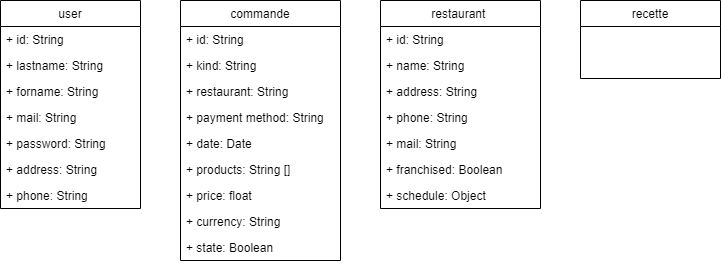
Earlier version of the draw.io export good_food_2.0/Database model/Untitled Diagram.drawio.png (obaconnais/good_food_2.0). Source tidied: cells renumbered, new cells last; positions are measured from the earlier drawing's top-left corner, leaving out a move shared by most shapes.
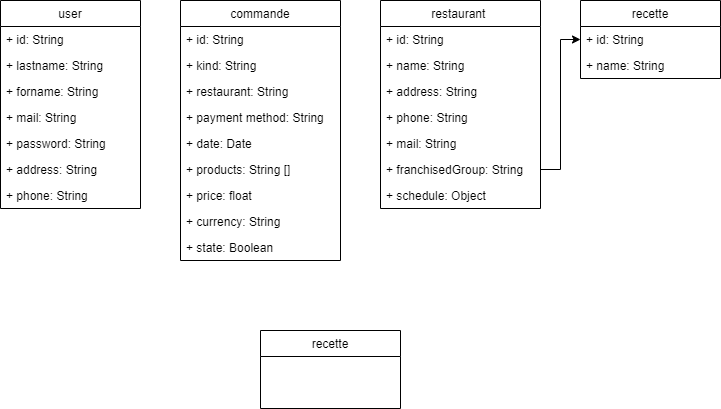
The same file after the commit.

Commit message:
Update Database model

Diff of the diagram source:
```diff
@@ -44,7 +44,7 @@
     <mxCell id="15" value="+ mail: String" style="text;strokeColor=none;fillColor=none;align=left;verticalAlign=top;spacingLeft=4;spacingRight=4;overflow=hidden;" parent="10" vertex="1">
       <mxGeometry y="130" width="160" height="26" as="geometry" />
     </mxCell>
-    <mxCell id="16" value="+ franchised: Boolean" style="text;strokeColor=none;fillColor=none;align=left;verticalAlign=top;spacingLeft=4;spacingRight=4;overflow=hidden;points=[[0,0.5],[1,0.5]];portConstraint=eastwest;" parent="10" vertex="1">
+    <mxCell id="16" value="+ franchisedGroup: String" style="text;strokeColor=none;fillColor=none;align=left;verticalAlign=top;spacingLeft=4;spacingRight=4;overflow=hidden;points=[[0,0.5],[1,0.5]];portConstraint=eastwest;" parent="10" vertex="1">
       <mxGeometry y="156" width="160" height="26" as="geometry" />
     </mxCell>
     <mxCell id="17" value="+ schedule: Object" style="text;strokeColor=none;fillColor=none;align=left;verticalAlign=top;spacingLeft=4;spacingRight=4;overflow=hidden;" parent="10" vertex="1">
@@ -53,6 +53,12 @@
     <mxCell id="18" value="recette" style="swimlane;fontStyle=0;horizontal=1;startSize=26;fillColor=none;" parent="1" vertex="1">
       <mxGeometry x="580" width="140" height="78" as="geometry" />
     </mxCell>
+    <mxCell id="29" value="+ id: String" style="text;strokeColor=none;fillColor=none;align=left;verticalAlign=top;spacingLeft=4;spacingRight=4;overflow=hidden;points=[[0,0.5],[1,0.5]];portConstraint=eastwest;" parent="18" vertex="1">
+      <mxGeometry y="26" width="140" height="26" as="geometry" />
+    </mxCell>
+    <mxCell id="30" value="+ name: String" style="text;strokeColor=none;fillColor=none;align=left;verticalAlign=top;spacingLeft=4;spacingRight=4;overflow=hidden;" parent="18" vertex="1">
+      <mxGeometry y="52" width="140" height="26" as="geometry" />
+    </mxCell>
     <mxCell id="19" value="commande" style="swimlane;fontStyle=0;horizontal=1;startSize=26;fillColor=none;" parent="1" vertex="1">
       <mxGeometry x="180" width="160" height="260" as="geometry" />
     </mxCell>
@@ -83,5 +89,11 @@
     <mxCell id="28" value="+ state: Boolean" style="text;strokeColor=none;fillColor=none;align=left;verticalAlign=top;spacingLeft=4;spacingRight=4;overflow=hidden;" parent="19" vertex="1">
       <mxGeometry y="234" width="160" height="26" as="geometry" />
     </mxCell>
+    <mxCell id="31" value="recette" style="swimlane;fontStyle=0;horizontal=1;startSize=26;fillColor=none;" parent="1" vertex="1">
+      <mxGeometry x="260" y="330" width="140" height="78" as="geometry" />
+    </mxCell>
+    <mxCell id="32" style="edgeStyle=orthogonalEdgeStyle;rounded=0;jettySize=auto;html=1;" parent="1" edge="1" source="16" target="29">
+      <mxGeometry relative="1" as="geometry" />
+    </mxCell>
   </root>
 </mxGraphModel>
```
